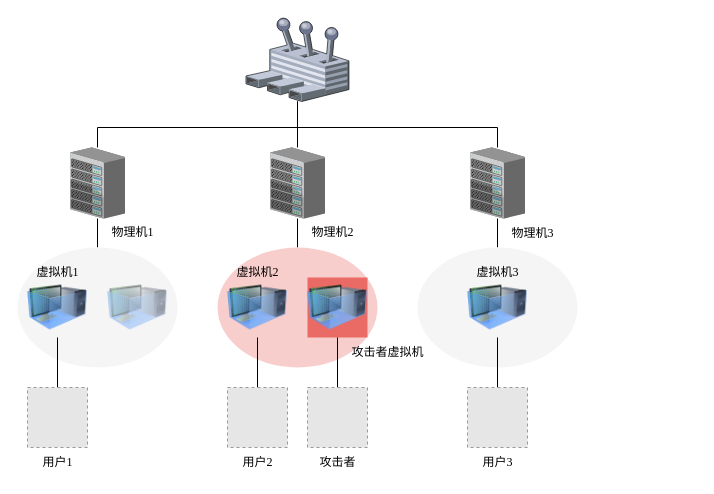
weyg0/Diagrams keeps this draw.io diagram as 研究点1虚拟迁移.drawio. Above is the earlier version. Source tidied: cells renumbered, new cells numbered last; positions are measured from the earlier drawing's top-left corner, leaving out a move shared by most shapes. Both pictures are drawn from the tidied source at 100%, with x=0, y=0 at pixel (17, 17). Pictures stored in the file or linked from it are replaced by grey dashed boxes.
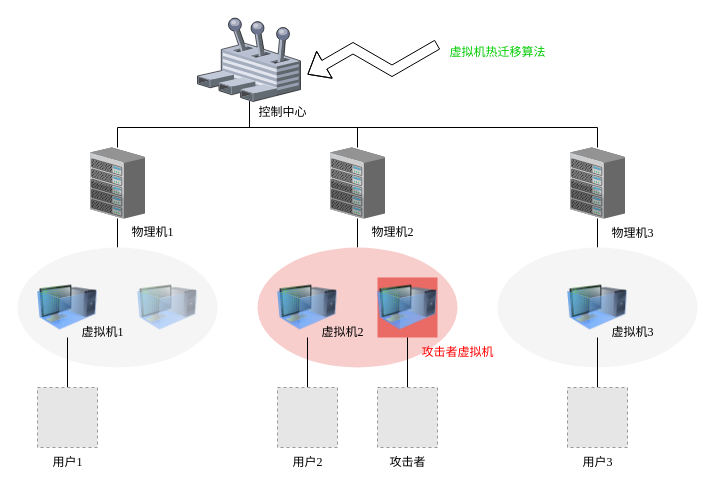
Above is the later version.

Commit message (it also covers changes not shown here):
更新研究点1虚拟迁移.drawio

Diff of the diagram source:
```diff
@@
     <mxCell id="3" style="ellipse;whiteSpace=wrap;html=1;fillColor=#f5f5f5;fontColor=#333333;strokeColor=none;fontFamily=Times New Roman;" parent="1" vertex="1">
-      <mxGeometry y="230" width="160" height="120" as="geometry" />
+      <mxGeometry y="230" width="200" height="120" as="geometry" />
     </mxCell>
     <mxCell id="4" style="edgeStyle=orthogonalEdgeStyle;rounded=0;jettySize=auto;html=1;endArrow=none;endFill=0;fontFamily=Times New Roman;" parent="1" edge="1" source="5" target="7">
       <mxGeometry relative="1" as="geometry">
         <Array as="points">
-          <mxPoint x="80" y="110" />
-          <mxPoint x="280" y="110" />
+          <mxPoint x="100" y="110" />
+          <mxPoint x="232" y="110" />
         </Array>
       </mxGeometry>
     </mxCell>
     <mxCell id="5" style="verticalLabelPosition=bottom;sketch=0;html=1;verticalAlign=top;strokeColor=none;align=center;outlineConnect=0;shape=mxgraph.citrix.chassis;fontFamily=Times New Roman;" parent="1" vertex="1">
-      <mxGeometry x="52.5" y="130" width="55" height="71" as="geometry" />
+      <mxGeometry x="72.5" y="130" width="55" height="71" as="geometry" />
     </mxCell>
     <mxCell id="6" style="image;html=1;image=img/lib/clip_art/computers/Virtual_Machine_128x128.png;fontFamily=Times New Roman;" parent="1" vertex="1">
-      <mxGeometry x="10" y="260" width="60" height="60" as="geometry" />
+      <mxGeometry x="20" y="260" width="60" height="60" as="geometry" />
     </mxCell>
     <mxCell id="7" style="verticalLabelPosition=bottom;sketch=0;html=1;verticalAlign=top;strokeColor=none;align=center;outlineConnect=0;shape=mxgraph.citrix.user_control;fontFamily=Times New Roman;" parent="1" vertex="1">
-      <mxGeometry x="228.5" width="103" height="84" as="geometry" />
+      <mxGeometry x="180" width="103" height="84" as="geometry" />
     </mxCell>
     <mxCell id="8" style="edgeStyle=orthogonalEdgeStyle;rounded=0;jettySize=auto;html=1;endArrow=none;endFill=0;fontFamily=Times New Roman;" parent="1" edge="1" source="9" target="7">
       <mxGeometry relative="1" as="geometry">
         <Array as="points">
-          <mxPoint x="480" y="110" />
-          <mxPoint x="280" y="110" />
+          <mxPoint x="580" y="110" />
+          <mxPoint x="232" y="110" />
         </Array>
       </mxGeometry>
     </mxCell>
     <mxCell id="9" style="verticalLabelPosition=bottom;sketch=0;html=1;verticalAlign=top;strokeColor=none;align=center;outlineConnect=0;shape=mxgraph.citrix.chassis;fontFamily=Times New Roman;" parent="1" vertex="1">
-      <mxGeometry x="452.5" y="130" width="55" height="71" as="geometry" />
+      <mxGeometry x="552.5" y="130" width="55" height="71" as="geometry" />
     </mxCell>
     <mxCell id="10" style="edgeStyle=orthogonalEdgeStyle;rounded=0;jettySize=auto;html=1;endArrow=none;endFill=0;fontFamily=Times New Roman;" parent="1" edge="1" source="11" target="7">
-      <mxGeometry relative="1" as="geometry" />
+      <mxGeometry relative="1" as="geometry">
+        <Array as="points">
+          <mxPoint x="340" y="110" />
+          <mxPoint x="232" y="110" />
+        </Array>
+      </mxGeometry>
     </mxCell>
     <mxCell id="11" style="verticalLabelPosition=bottom;sketch=0;html=1;verticalAlign=top;strokeColor=none;align=center;outlineConnect=0;shape=mxgraph.citrix.chassis;fontFamily=Times New Roman;" parent="1" vertex="1">
-      <mxGeometry x="252.5" y="130" width="55" height="71" as="geometry" />
+      <mxGeometry x="312.5" y="130" width="55" height="71" as="geometry" />
     </mxCell>
     <mxCell id="12" style="image;html=1;image=img/lib/clip_art/computers/Virtual_Machine_128x128.png;opacity=50;fontFamily=Times New Roman;" parent="1" vertex="1">
-      <mxGeometry x="90" y="260" width="60" height="60" as="geometry" />
+      <mxGeometry x="120" y="260" width="60" height="60" as="geometry" />
     </mxCell>
@@
     <mxCell id="14" style="ellipse;whiteSpace=wrap;html=1;fillColor=#f8cecc;strokeColor=none;fontFamily=Times New Roman;" parent="1" vertex="1">
-      <mxGeometry x="200" y="230" width="160" height="120" as="geometry" />
+      <mxGeometry x="240" y="230" width="200" height="120" as="geometry" />
     </mxCell>
     <mxCell id="15" style="image;html=1;image=img/lib/clip_art/computers/Virtual_Machine_128x128.png;fontFamily=Times New Roman;" parent="1" vertex="1">
-      <mxGeometry x="210" y="260" width="60" height="60" as="geometry" />
+      <mxGeometry x="260" y="260" width="60" height="60" as="geometry" />
     </mxCell>
     <mxCell id="16" style="image;html=1;image=img/lib/clip_art/computers/Virtual_Machine_128x128.png;imageBackground=#EA6B66;imageBorder=none;fontFamily=Times New Roman;" parent="1" vertex="1">
-      <mxGeometry x="290" y="260" width="60" height="60" as="geometry" />
+      <mxGeometry x="360" y="260" width="60" height="60" as="geometry" />
     </mxCell>
@@
     <mxCell id="18" style="ellipse;whiteSpace=wrap;html=1;fillColor=#f5f5f5;fontColor=#333333;strokeColor=none;fontFamily=Times New Roman;" parent="1" vertex="1">
-      <mxGeometry x="400" y="230" width="160" height="120" as="geometry" />
+      <mxGeometry x="480" y="230" width="200" height="120" as="geometry" />
     </mxCell>
     <mxCell id="19" style="image;html=1;image=img/lib/clip_art/computers/Virtual_Machine_128x128.png;fontFamily=Times New Roman;" parent="1" vertex="1">
-      <mxGeometry x="450" y="260" width="60" height="60" as="geometry" />
+      <mxGeometry x="550" y="260" width="60" height="60" as="geometry" />
     </mxCell>
@@
     <mxCell id="21" style="fillColor=#E6E6E6;strokeColor=#999999;dashed=1;html=1;verticalAlign=top;verticalLabelPosition=bottom;labelBackgroundColor=#ffffff;fontFamily=Times New Roman;" parent="1" vertex="1">
-      <mxGeometry x="210" y="370" width="60" height="60" as="geometry" />
+      <mxGeometry x="260" y="370" width="60" height="60" as="geometry" />
     </mxCell>
@@
     <mxCell id="23" style="fillColor=#E6E6E6;strokeColor=#999999;dashed=1;html=1;verticalAlign=top;verticalLabelPosition=bottom;labelBackgroundColor=#ffffff;fontFamily=Times New Roman;" parent="1" vertex="1">
-      <mxGeometry x="10" y="370" width="60" height="60" as="geometry" />
+      <mxGeometry x="20" y="370" width="60" height="60" as="geometry" />
     </mxCell>
@@
     <mxCell id="25" style="fillColor=#E6E6E6;strokeColor=#999999;dashed=1;html=1;verticalAlign=top;verticalLabelPosition=bottom;labelBackgroundColor=#ffffff;fontFamily=Times New Roman;" parent="1" vertex="1">
-      <mxGeometry x="450" y="370" width="60" height="60" as="geometry" />
+      <mxGeometry x="550" y="370" width="60" height="60" as="geometry" />
     </mxCell>
@@
     <mxCell id="27" style="fillColor=#E6E6E6;strokeColor=#999999;dashed=1;html=1;verticalAlign=top;verticalLabelPosition=bottom;labelBackgroundColor=#ffffff;fontFamily=Times New Roman;" parent="1" vertex="1">
-      <mxGeometry x="290" y="370" width="60" height="60" as="geometry" />
+      <mxGeometry x="360" y="370" width="60" height="60" as="geometry" />
     </mxCell>
     <mxCell id="28" value="物理机1" style="text;html=1;align=center;verticalAlign=middle;strokeColor=none;fillColor=none;fontFamily=Times New Roman;" parent="1" vertex="1">
-      <mxGeometry x="80" y="200" width="70" height="30" as="geometry" />
+      <mxGeometry x="100" y="200" width="70" height="30" as="geometry" />
     </mxCell>
     <mxCell id="29" value="物理机2" style="text;html=1;align=center;verticalAlign=middle;strokeColor=none;fillColor=none;fontFamily=Times New Roman;" parent="1" vertex="1">
-      <mxGeometry x="280" y="200" width="70" height="30" as="geometry" />
+      <mxGeometry x="340" y="200" width="70" height="30" as="geometry" />
     </mxCell>
     <mxCell id="30" value="物理机3" style="text;html=1;align=center;verticalAlign=middle;strokeColor=none;fillColor=none;fontFamily=Times New Roman;" parent="1" vertex="1">
-      <mxGeometry x="480" y="201" width="70" height="30" as="geometry" />
+      <mxGeometry x="580" y="201" width="70" height="30" as="geometry" />
     </mxCell>
     <mxCell id="31" value="虚拟机1" style="text;html=1;align=center;verticalAlign=middle;strokeColor=none;fillColor=none;fontFamily=Times New Roman;" parent="1" vertex="1">
-      <mxGeometry x="5" y="240" width="70" height="30" as="geometry" />
+      <mxGeometry x="50" y="300" width="70" height="30" as="geometry" />
     </mxCell>
     <mxCell id="32" value="虚拟机2" style="text;html=1;align=center;verticalAlign=middle;strokeColor=none;fillColor=none;fontFamily=Times New Roman;" parent="1" vertex="1">
-      <mxGeometry x="205" y="240" width="70" height="30" as="geometry" />
+      <mxGeometry x="290" y="300" width="70" height="30" as="geometry" />
     </mxCell>
-    <mxCell id="33" value="攻击者虚拟机" style="text;html=1;align=center;verticalAlign=middle;strokeColor=none;fillColor=none;fontFamily=Times New Roman;" parent="1" vertex="1">
-      <mxGeometry x="320" y="320" width="100" height="30" as="geometry" />
+    <mxCell id="33" value="攻击者虚拟机" style="text;html=1;align=center;verticalAlign=middle;strokeColor=none;fillColor=none;fontFamily=Times New Roman;fontColor=#FF0000;" parent="1" vertex="1">
+      <mxGeometry x="390" y="320" width="100" height="30" as="geometry" />
     </mxCell>
     <mxCell id="34" value="虚拟机3" style="text;html=1;align=center;verticalAlign=middle;strokeColor=none;fillColor=none;fontFamily=Times New Roman;" parent="1" vertex="1">
-      <mxGeometry x="445" y="240" width="70" height="30" as="geometry" />
+      <mxGeometry x="580" y="300" width="70" height="30" as="geometry" />
     </mxCell>
     <mxCell id="35" value="用户3" style="text;html=1;align=center;verticalAlign=middle;strokeColor=none;fillColor=none;fontFamily=Times New Roman;" parent="1" vertex="1">
-      <mxGeometry x="455" y="430" width="50" height="30" as="geometry" />
+      <mxGeometry x="555" y="430" width="50" height="30" as="geometry" />
     </mxCell>
     <mxCell id="36" value="用户1" style="text;html=1;align=center;verticalAlign=middle;strokeColor=none;fillColor=none;fontFamily=Times New Roman;" parent="1" vertex="1">
-      <mxGeometry x="15" y="430" width="50" height="30" as="geometry" />
+      <mxGeometry x="25" y="430" width="50" height="30" as="geometry" />
     </mxCell>
     <mxCell id="37" value="用户2" style="text;html=1;align=center;verticalAlign=middle;strokeColor=none;fillColor=none;fontFamily=Times New Roman;" parent="1" vertex="1">
-      <mxGeometry x="215" y="430" width="50" height="30" as="geometry" />
+      <mxGeometry x="265" y="430" width="50" height="30" as="geometry" />
     </mxCell>
     <mxCell id="38" value="攻击者" style="text;html=1;align=center;verticalAlign=middle;strokeColor=none;fillColor=none;fontFamily=Times New Roman;" parent="1" vertex="1">
-      <mxGeometry x="290" y="430" width="60" height="30" as="geometry" />
+      <mxGeometry x="360" y="430" width="60" height="30" as="geometry" />
     </mxCell>
+    <mxCell id="39" style="shape=flexArrow;endArrow=classic;html=1;rounded=0;edgeStyle=isometricEdgeStyle;fontFamily=Times New Roman;" parent="1" edge="1">
+      <mxGeometry relative="1" as="geometry">
+        <mxPoint x="420" y="27" as="sourcePoint" />
+        <mxPoint x="290" y="57" as="targetPoint" />
+      </mxGeometry>
+    </mxCell>
+    <mxCell id="40" value="虚拟机热迁移算法" style="text;html=1;align=center;verticalAlign=middle;strokeColor=none;fillColor=none;fontColor=#00CC00;fontFamily=Times New Roman;" parent="1" vertex="1">
+      <mxGeometry x="420" y="20" width="120" height="30" as="geometry" />
+    </mxCell>
+    <mxCell id="41" value="控制中心" style="text;html=1;align=center;verticalAlign=middle;strokeColor=none;fillColor=none;fontFamily=Times New Roman;" parent="1" vertex="1">
+      <mxGeometry x="230" y="80" width="70" height="30" as="geometry" />
+    </mxCell>
```
